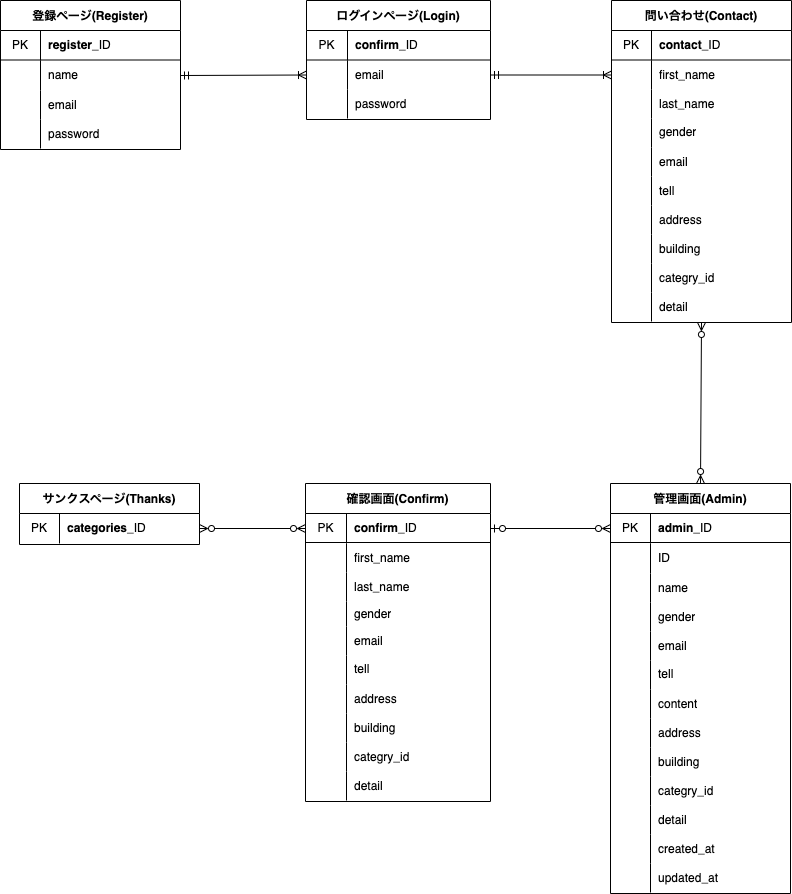
This is er.drawio.png from kazuyuki-okada5/20231209TEST_OKADA, a draw.io export, as it was before one commit. Source tidied: cells renumbered, new cells last; positions are measured from the earlier drawing's top-left corner, leaving out a move shared by most shapes.
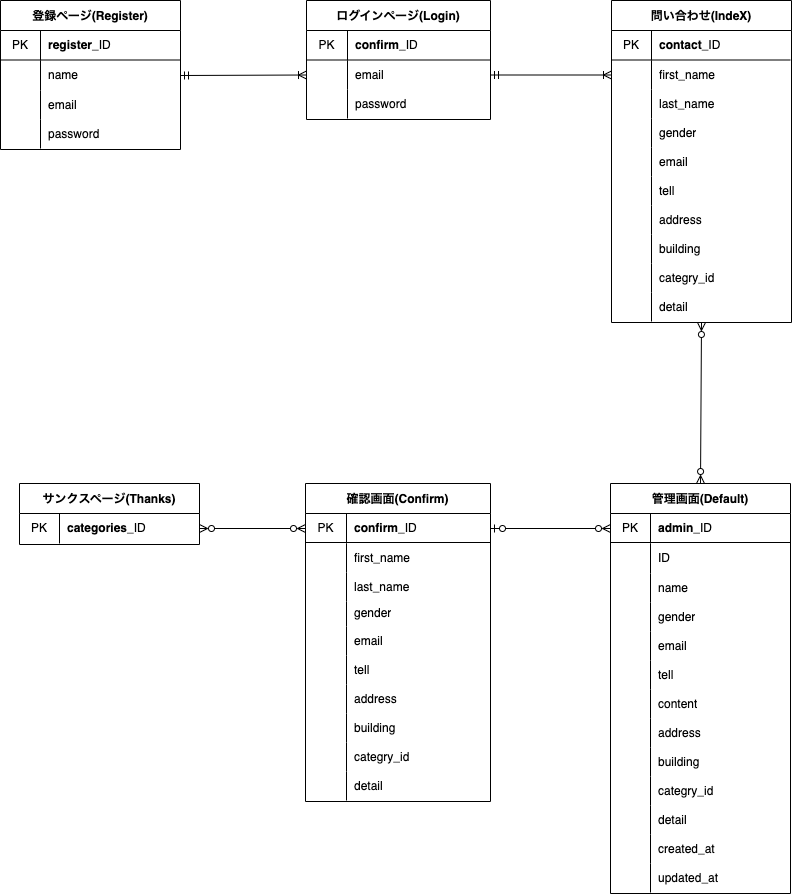
The same diagram one commit later.

Change to the diagram source:
```diff
@@ -71,7 +71,7 @@
     <mxCell id="24" value="password" style="shape=partialRectangle;html=1;whiteSpace=wrap;fillColor=none;top=0;left=0;bottom=0;right=0;align=left;spacingLeft=6;overflow=hidden;" parent="22" vertex="1">
       <mxGeometry x="41" width="143" height="29" as="geometry" />
     </mxCell>
-    <mxCell id="25" value="管理画面(Admin)" style="shape=table;startSize=30;rowLines=0;fontStyle=1;" parent="1" vertex="1">
+    <mxCell id="25" value="管理画面(Default)" style="shape=table;startSize=30;rowLines=0;fontStyle=1;" parent="1" vertex="1">
       <mxGeometry x="610" y="483" width="180" height="410" as="geometry" />
     </mxCell>
     <mxCell id="26" style="shape=tableRow;horizontal=0;startSize=0;swimlaneHead=0;swimlaneBody=0;top=0;left=0;bottom=0;right=0;fillColor=none;points=[[0,0.5],[1,0.5]];portConstraint=eastwest;" parent="25" vertex="1">
@@ -194,7 +194,7 @@
     <mxCell id="65" style="edgeStyle=none;html=1;exitX=0.5;exitY=1;exitDx=0;exitDy=0;entryX=0.5;entryY=0;entryDx=0;entryDy=0;startArrow=ERzeroToMany;startFill=0;endArrow=ERzeroToMany;endFill=0;" parent="1" edge="1" source="66" target="25">
       <mxGeometry relative="1" as="geometry" />
     </mxCell>
-    <mxCell id="66" value="問い合わせ(Contact)" style="shape=table;startSize=30;rowLines=0;fontStyle=1;" parent="1" vertex="1">
+    <mxCell id="66" value="問い合わせ(IndeX)" style="shape=table;startSize=30;rowLines=0;fontStyle=1;" parent="1" vertex="1">
       <mxGeometry x="611" width="180" height="322" as="geometry" />
     </mxCell>
     <mxCell id="67" style="shape=tableRow;horizontal=0;startSize=0;swimlaneHead=0;swimlaneBody=0;top=0;left=0;bottom=0;right=0;fillColor=none;" parent="66" vertex="1">
```
